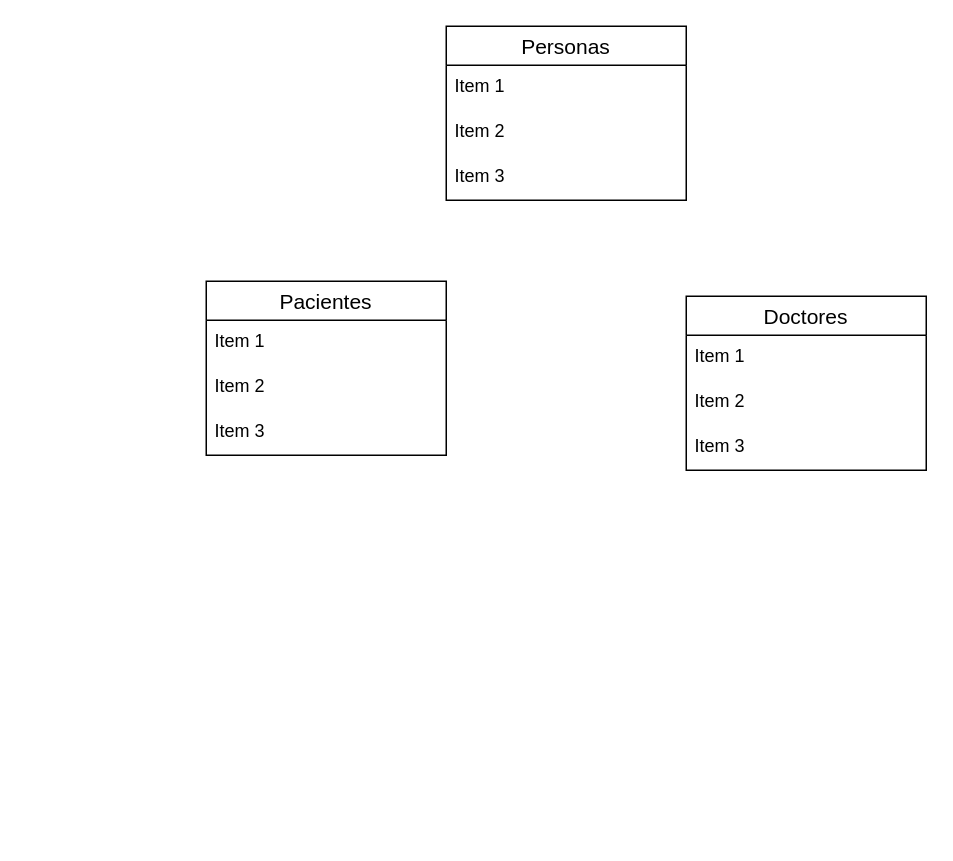
DiegoBenjumeaDeveloper/Agendamiento keeps this draw.io diagram as Diagrama SysClinic.drawio. Above is the earlier version. Source tidied: cells renumbered, new cells numbered last; positions are measured from the earlier drawing's top-left corner, leaving out a move shared by most shapes. Both pictures are drawn from the tidied source at 150%, with x=0, y=0 at pixel (206, 26).
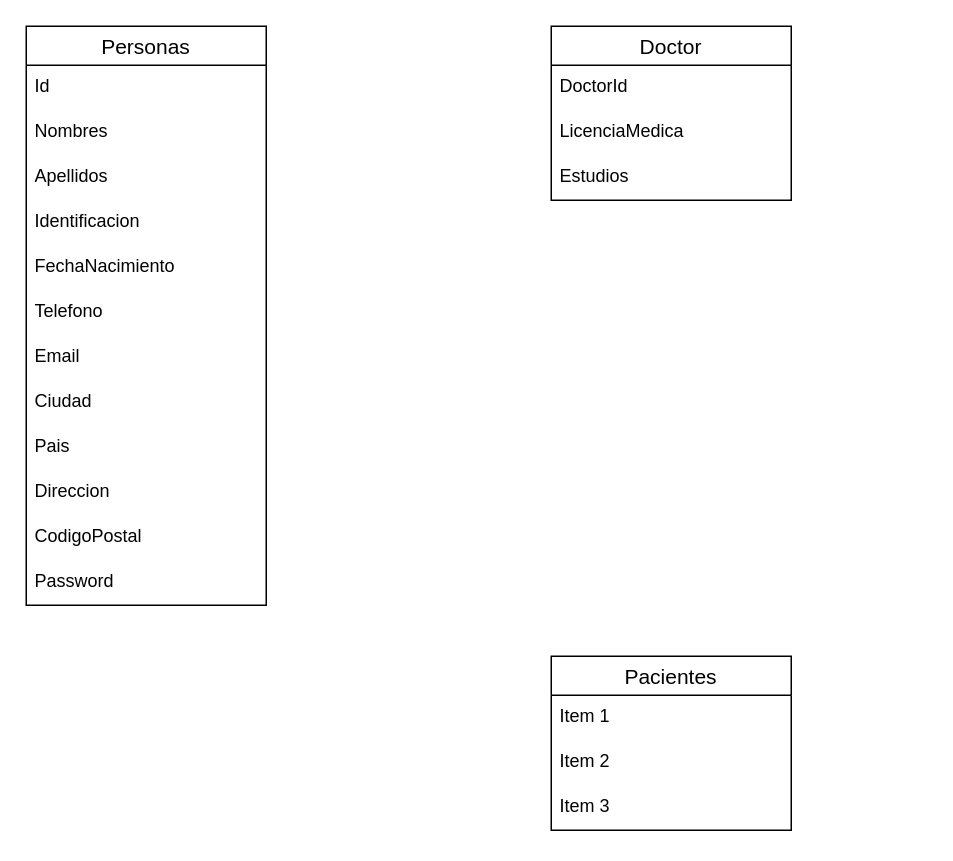
After the change.

What changed in the source:
```diff
@@
     <mxCell id="2" value="Personas" style="swimlane;fontStyle=0;horizontal=1;startSize=26;align=center;fontSize=14;" parent="1" vertex="1">
-      <mxGeometry x="160" width="160" height="116" as="geometry" />
+      <mxGeometry x="-120" width="160" height="386" as="geometry" />
     </mxCell>
-    <mxCell id="3" value="Item 1" style="text;strokeColor=none;fillColor=none;spacingLeft=4;spacingRight=4;overflow=hidden;fontSize=12;whiteSpace=wrap;html=1;" parent="2" vertex="1">
+    <mxCell id="3" value="Id" style="text;strokeColor=none;fillColor=none;spacingLeft=4;spacingRight=4;overflow=hidden;fontSize=12;whiteSpace=wrap;html=1;" parent="2" vertex="1">
       <mxGeometry y="26" width="160" height="30" as="geometry" />
     </mxCell>
-    <mxCell id="4" value="Item 2" style="text;strokeColor=none;fillColor=none;spacingLeft=4;spacingRight=4;overflow=hidden;fontSize=12;whiteSpace=wrap;html=1;" parent="2" vertex="1">
+    <mxCell id="4" value="Nombres" style="text;strokeColor=none;fillColor=none;spacingLeft=4;spacingRight=4;overflow=hidden;fontSize=12;whiteSpace=wrap;html=1;" parent="2" vertex="1">
       <mxGeometry y="56" width="160" height="30" as="geometry" />
     </mxCell>
-    <mxCell id="5" value="Item 3" style="text;strokeColor=none;fillColor=none;spacingLeft=4;spacingRight=4;overflow=hidden;fontSize=12;whiteSpace=wrap;html=1;" parent="2" vertex="1">
+    <mxCell id="5" value="Apellidos" style="text;strokeColor=none;fillColor=none;spacingLeft=4;spacingRight=4;overflow=hidden;fontSize=12;whiteSpace=wrap;html=1;" parent="2" vertex="1">
       <mxGeometry y="86" width="160" height="30" as="geometry" />
     </mxCell>
+    <mxCell id="14" value="Identificacion" style="text;strokeColor=none;fillColor=none;spacingLeft=4;spacingRight=4;overflow=hidden;fontSize=12;whiteSpace=wrap;html=1;" parent="2" vertex="1">
+      <mxGeometry y="116" width="160" height="30" as="geometry" />
+    </mxCell>
+    <mxCell id="15" value="FechaNacimiento" style="text;strokeColor=none;fillColor=none;spacingLeft=4;spacingRight=4;overflow=hidden;fontSize=12;whiteSpace=wrap;html=1;" parent="2" vertex="1">
+      <mxGeometry y="146" width="160" height="30" as="geometry" />
+    </mxCell>
+    <mxCell id="16" value="Telefono" style="text;strokeColor=none;fillColor=none;spacingLeft=4;spacingRight=4;overflow=hidden;fontSize=12;whiteSpace=wrap;html=1;" parent="2" vertex="1">
+      <mxGeometry y="176" width="160" height="30" as="geometry" />
+    </mxCell>
+    <mxCell id="17" value="Email" style="text;strokeColor=none;fillColor=none;spacingLeft=4;spacingRight=4;overflow=hidden;fontSize=12;whiteSpace=wrap;html=1;" parent="2" vertex="1">
+      <mxGeometry y="206" width="160" height="30" as="geometry" />
+    </mxCell>
+    <mxCell id="18" value="Ciudad" style="text;strokeColor=none;fillColor=none;spacingLeft=4;spacingRight=4;overflow=hidden;fontSize=12;whiteSpace=wrap;html=1;" parent="2" vertex="1">
+      <mxGeometry y="236" width="160" height="30" as="geometry" />
+    </mxCell>
+    <mxCell id="19" value="Pais" style="text;strokeColor=none;fillColor=none;spacingLeft=4;spacingRight=4;overflow=hidden;fontSize=12;whiteSpace=wrap;html=1;" parent="2" vertex="1">
+      <mxGeometry y="266" width="160" height="30" as="geometry" />
+    </mxCell>
+    <mxCell id="20" value="Direccion" style="text;strokeColor=none;fillColor=none;spacingLeft=4;spacingRight=4;overflow=hidden;fontSize=12;whiteSpace=wrap;html=1;" parent="2" vertex="1">
+      <mxGeometry y="296" width="160" height="30" as="geometry" />
+    </mxCell>
+    <mxCell id="21" value="CodigoPostal" style="text;strokeColor=none;fillColor=none;spacingLeft=4;spacingRight=4;overflow=hidden;fontSize=12;whiteSpace=wrap;html=1;" parent="2" vertex="1">
+      <mxGeometry y="326" width="160" height="30" as="geometry" />
+    </mxCell>
+    <mxCell id="22" value="Password" style="text;strokeColor=none;fillColor=none;spacingLeft=4;spacingRight=4;overflow=hidden;fontSize=12;whiteSpace=wrap;html=1;" parent="2" vertex="1">
+      <mxGeometry y="356" width="160" height="30" as="geometry" />
+    </mxCell>
     <mxCell id="6" value="Pacientes" style="swimlane;fontStyle=0;horizontal=1;startSize=26;align=center;fontSize=14;" parent="1" vertex="1">
-      <mxGeometry y="170" width="160" height="116" as="geometry" />
+      <mxGeometry x="230" y="420" width="160" height="116" as="geometry" />
     </mxCell>
@@
-    <mxCell id="10" value="Doctores" style="swimlane;fontStyle=0;horizontal=1;startSize=26;align=center;fontSize=14;" parent="1" vertex="1">
-      <mxGeometry x="320" y="180" width="160" height="116" as="geometry" />
+    <mxCell id="10" value="Doctor" style="swimlane;fontStyle=0;horizontal=1;startSize=26;align=center;fontSize=14;" parent="1" vertex="1">
+      <mxGeometry x="230" width="160" height="116" as="geometry" />
     </mxCell>
-    <mxCell id="11" value="Item 1" style="text;strokeColor=none;fillColor=none;spacingLeft=4;spacingRight=4;overflow=hidden;fontSize=12;whiteSpace=wrap;html=1;" parent="10" vertex="1">
+    <mxCell id="11" value="DoctorId" style="text;strokeColor=none;fillColor=none;spacingLeft=4;spacingRight=4;overflow=hidden;fontSize=12;whiteSpace=wrap;html=1;" parent="10" vertex="1">
       <mxGeometry y="26" width="160" height="30" as="geometry" />
     </mxCell>
-    <mxCell id="12" value="Item 2" style="text;strokeColor=none;fillColor=none;spacingLeft=4;spacingRight=4;overflow=hidden;fontSize=12;whiteSpace=wrap;html=1;" parent="10" vertex="1">
+    <mxCell id="12" value="LicenciaMedica" style="text;strokeColor=none;fillColor=none;spacingLeft=4;spacingRight=4;overflow=hidden;fontSize=12;whiteSpace=wrap;html=1;" parent="10" vertex="1">
       <mxGeometry y="56" width="160" height="30" as="geometry" />
     </mxCell>
-    <mxCell id="13" value="Item 3" style="text;strokeColor=none;fillColor=none;spacingLeft=4;spacingRight=4;overflow=hidden;fontSize=12;whiteSpace=wrap;html=1;" parent="10" vertex="1">
+    <mxCell id="13" value="Estudios" style="text;strokeColor=none;fillColor=none;spacingLeft=4;spacingRight=4;overflow=hidden;fontSize=12;whiteSpace=wrap;html=1;" parent="10" vertex="1">
       <mxGeometry y="86" width="160" height="30" as="geometry" />
     </mxCell>
```
